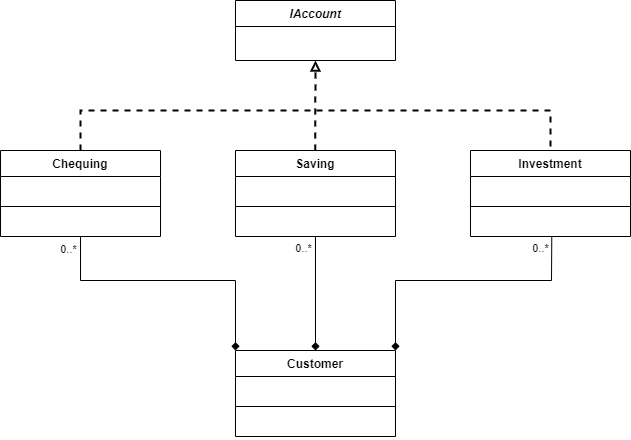
Above: Design Patterns/Structural/Facade/No Facade Class Diagram.png in smitbmx/Architecture-Diagrams (draw.io), before the change. Source tidied: cells renumbered, new cells last; positions are measured from the earlier drawing's top-left corner, leaving out a move shared by most shapes. Source of this version:
```xml
<mxGraphModel>
  <root>
    <mxCell id="0" />
    <mxCell id="1" parent="0" />
    <mxCell id="2" value="IAccount" style="swimlane;fontStyle=3;align=center;verticalAlign=top;horizontal=1;startSize=26;" parent="1" vertex="1">
      <mxGeometry x="235" width="160" height="60" as="geometry" />
    </mxCell>
    <mxCell id="3" value="Chequing" style="swimlane;fontStyle=1;align=center;verticalAlign=top;horizontal=1;startSize=26;" parent="1" vertex="1">
      <mxGeometry y="150" width="160" height="86" as="geometry" />
    </mxCell>
    <mxCell id="4" value=" " style="text;strokeColor=none;fillColor=none;align=left;verticalAlign=top;spacingLeft=4;spacingRight=4;overflow=hidden;" parent="3" vertex="1">
      <mxGeometry y="26" width="160" height="26" as="geometry" />
    </mxCell>
    <mxCell id="5" style="line;strokeWidth=1;fillColor=none;align=left;verticalAlign=middle;spacingTop=-1;spacingLeft=3;spacingRight=3;labelPosition=right;" parent="3" vertex="1">
      <mxGeometry y="52" width="160" height="8" as="geometry" />
    </mxCell>
    <mxCell id="6" value=" " style="text;strokeColor=none;fillColor=none;align=left;verticalAlign=top;spacingLeft=4;spacingRight=4;overflow=hidden;" parent="3" vertex="1">
      <mxGeometry y="60" width="160" height="26" as="geometry" />
    </mxCell>
    <mxCell id="7" value="Saving" style="swimlane;fontStyle=1;align=center;verticalAlign=top;horizontal=1;startSize=26;" parent="1" vertex="1">
      <mxGeometry x="235" y="150" width="160" height="86" as="geometry" />
    </mxCell>
    <mxCell id="8" value=" " style="text;strokeColor=none;fillColor=none;align=left;verticalAlign=top;spacingLeft=4;spacingRight=4;overflow=hidden;" parent="7" vertex="1">
      <mxGeometry y="26" width="160" height="26" as="geometry" />
    </mxCell>
    <mxCell id="9" style="line;strokeWidth=1;fillColor=none;align=left;verticalAlign=middle;spacingTop=-1;spacingLeft=3;spacingRight=3;labelPosition=right;" parent="7" vertex="1">
      <mxGeometry y="52" width="160" height="8" as="geometry" />
    </mxCell>
    <mxCell id="10" value=" " style="text;strokeColor=none;fillColor=none;align=left;verticalAlign=top;spacingLeft=4;spacingRight=4;overflow=hidden;" parent="7" vertex="1">
      <mxGeometry y="60" width="160" height="26" as="geometry" />
    </mxCell>
    <mxCell id="11" value="Investment" style="swimlane;fontStyle=1;align=center;verticalAlign=top;horizontal=1;startSize=26;" parent="1" vertex="1">
      <mxGeometry x="470" y="150" width="160" height="86" as="geometry" />
    </mxCell>
    <mxCell id="12" value=" " style="text;strokeColor=none;fillColor=none;align=left;verticalAlign=top;spacingLeft=4;spacingRight=4;overflow=hidden;" parent="11" vertex="1">
      <mxGeometry y="26" width="160" height="26" as="geometry" />
    </mxCell>
    <mxCell id="13" style="line;strokeWidth=1;fillColor=none;align=left;verticalAlign=middle;spacingTop=-1;spacingLeft=3;spacingRight=3;labelPosition=right;" parent="11" vertex="1">
      <mxGeometry y="52" width="160" height="8" as="geometry" />
    </mxCell>
    <mxCell id="14" value=" " style="text;strokeColor=none;fillColor=none;align=left;verticalAlign=top;spacingLeft=4;spacingRight=4;overflow=hidden;points=[[0,0.5],[1,0.5]];portConstraint=eastwest;" parent="11" vertex="1">
      <mxGeometry y="60" width="160" height="26" as="geometry" />
    </mxCell>
    <mxCell id="15" value="Customer" style="swimlane;fontStyle=1;align=center;verticalAlign=top;horizontal=1;startSize=26;" parent="1" vertex="1">
      <mxGeometry x="235" y="350" width="160" height="86" as="geometry" />
    </mxCell>
    <mxCell id="16" value=" " style="text;strokeColor=none;fillColor=none;align=left;verticalAlign=top;spacingLeft=4;spacingRight=4;overflow=hidden;" parent="15" vertex="1">
      <mxGeometry y="26" width="160" height="26" as="geometry" />
    </mxCell>
    <mxCell id="17" style="line;strokeWidth=1;fillColor=none;align=left;verticalAlign=middle;spacingTop=-1;spacingLeft=3;spacingRight=3;labelPosition=right;" parent="15" vertex="1">
      <mxGeometry y="52" width="160" height="8" as="geometry" />
    </mxCell>
    <mxCell id="18" value=" " style="text;strokeColor=none;fillColor=none;align=left;verticalAlign=top;spacingLeft=4;spacingRight=4;overflow=hidden;" parent="15" vertex="1">
      <mxGeometry y="60" width="160" height="26" as="geometry" />
    </mxCell>
    <mxCell id="19" style="endArrow=none;dashed=1;html=1;strokeWidth=2;exitX=0.5;exitY=0;exitDx=0;exitDy=0;entryX=0.5;entryY=0;entryDx=0;entryDy=0;rounded=0;" parent="1" edge="1" source="3" target="11">
      <mxGeometry relative="1" as="geometry">
        <Array as="points">
          <mxPoint x="80" y="110" />
          <mxPoint x="550" y="110" />
        </Array>
      </mxGeometry>
    </mxCell>
    <mxCell id="20" style="endArrow=block;dashed=1;html=1;strokeWidth=2;entryX=0.5;entryY=1;entryDx=0;entryDy=0;endFill=0;" parent="1" edge="1" target="2">
      <mxGeometry relative="1" as="geometry">
        <mxPoint x="314.7" y="150" as="sourcePoint" />
      </mxGeometry>
    </mxCell>
    <mxCell id="21" style="endArrow=none;html=1;exitX=0.5;exitY=0;exitDx=0;exitDy=0;entryX=0.5;entryY=1;entryDx=0;entryDy=0;startArrow=diamond;startFill=1;" parent="1" edge="1" source="15" target="7">
      <mxGeometry relative="1" as="geometry" />
    </mxCell>
    <mxCell id="22" value="0..*" style="edgeLabel;html=1;align=center;verticalAlign=middle;" parent="21" vertex="1">
      <mxGeometry x="0.78" relative="1" as="geometry">
        <mxPoint x="-12" y="-1" as="offset" />
      </mxGeometry>
    </mxCell>
    <mxCell id="23" style="endArrow=none;html=1;exitX=0;exitY=0;exitDx=0;exitDy=0;entryX=0.5;entryY=1;entryDx=0;entryDy=0;startArrow=diamond;startFill=1;rounded=0;" parent="1" edge="1" source="15" target="3">
      <mxGeometry relative="1" as="geometry">
        <Array as="points">
          <mxPoint x="235" y="280" />
          <mxPoint x="80" y="280" />
        </Array>
      </mxGeometry>
    </mxCell>
    <mxCell id="24" value="0..*" style="edgeLabel;html=1;align=center;verticalAlign=middle;" parent="23" vertex="1">
      <mxGeometry x="0.78" relative="1" as="geometry">
        <mxPoint x="-12" y="-17" as="offset" />
      </mxGeometry>
    </mxCell>
    <mxCell id="25" style="endArrow=none;html=1;exitX=1;exitY=0;exitDx=0;exitDy=0;startArrow=diamond;startFill=1;entryX=0.508;entryY=1.026;entryDx=0;entryDy=0;entryPerimeter=0;rounded=0;" parent="1" edge="1" source="15" target="14">
      <mxGeometry relative="1" as="geometry">
        <Array as="points">
          <mxPoint x="395" y="280" />
          <mxPoint x="551" y="280" />
        </Array>
      </mxGeometry>
    </mxCell>
    <mxCell id="26" value="0..*" style="edgeLabel;html=1;align=center;verticalAlign=middle;" parent="25" vertex="1">
      <mxGeometry x="0.78" relative="1" as="geometry">
        <mxPoint x="-12" y="-19" as="offset" />
      </mxGeometry>
    </mxCell>
  </root>
</mxGraphModel>
```
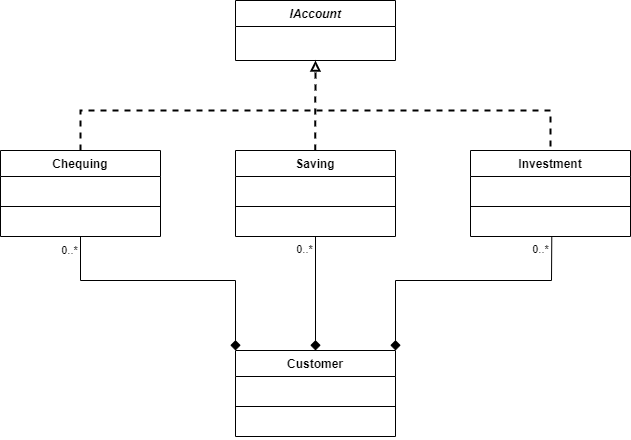
The same file after the commit.

Diff of the diagram source:
```diff
@@ -66,7 +66,7 @@
         <mxPoint x="314.7" y="150" as="sourcePoint" />
       </mxGeometry>
     </mxCell>
-    <mxCell id="21" style="endArrow=none;html=1;exitX=0.5;exitY=0;exitDx=0;exitDy=0;entryX=0.5;entryY=1;entryDx=0;entryDy=0;startArrow=diamond;startFill=1;" parent="1" edge="1" source="15" target="7">
+    <mxCell id="21" style="endArrow=none;html=1;exitX=0.5;exitY=0;exitDx=0;exitDy=0;entryX=0.5;entryY=1;entryDx=0;entryDy=0;startArrow=diamond;startFill=1;endSize=8;startSize=8;" parent="1" edge="1" source="15" target="7">
       <mxGeometry relative="1" as="geometry" />
     </mxCell>
     <mxCell id="22" value="0..*" style="edgeLabel;html=1;align=center;verticalAlign=middle;" parent="21" vertex="1">
@@ -74,7 +74,7 @@
         <mxPoint x="-12" y="-1" as="offset" />
       </mxGeometry>
     </mxCell>
-    <mxCell id="23" style="endArrow=none;html=1;exitX=0;exitY=0;exitDx=0;exitDy=0;entryX=0.5;entryY=1;entryDx=0;entryDy=0;startArrow=diamond;startFill=1;rounded=0;" parent="1" edge="1" source="15" target="3">
+    <mxCell id="23" style="endArrow=none;html=1;exitX=0;exitY=0;exitDx=0;exitDy=0;entryX=0.5;entryY=1;entryDx=0;entryDy=0;startArrow=diamond;startFill=1;rounded=0;strokeWidth=1;startSize=8;endSize=8;" parent="1" edge="1" source="15" target="3">
       <mxGeometry relative="1" as="geometry">
         <Array as="points">
           <mxPoint x="235" y="280" />
@@ -87,7 +87,7 @@
         <mxPoint x="-12" y="-17" as="offset" />
       </mxGeometry>
     </mxCell>
-    <mxCell id="25" style="endArrow=none;html=1;exitX=1;exitY=0;exitDx=0;exitDy=0;startArrow=diamond;startFill=1;entryX=0.508;entryY=1.026;entryDx=0;entryDy=0;entryPerimeter=0;rounded=0;" parent="1" edge="1" source="15" target="14">
+    <mxCell id="25" style="endArrow=none;html=1;exitX=1;exitY=0;exitDx=0;exitDy=0;startArrow=diamond;startFill=1;entryX=0.508;entryY=1.026;entryDx=0;entryDy=0;entryPerimeter=0;rounded=0;endSize=8;startSize=8;" parent="1" edge="1" source="15" target="14">
       <mxGeometry relative="1" as="geometry">
         <Array as="points">
           <mxPoint x="395" y="280" />
```
